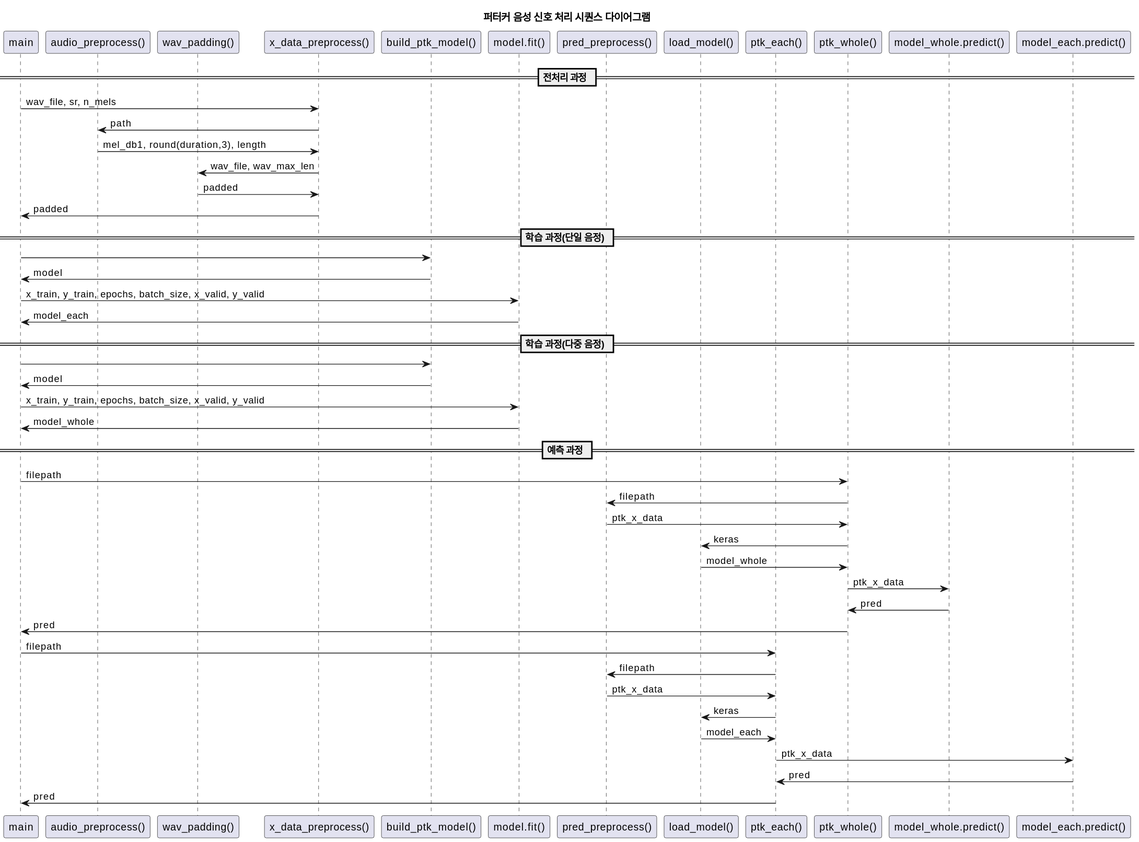
gemjh/SeSAC keeps this PlantUML diagram as ptk_sequence.svg. Above is the earlier version.
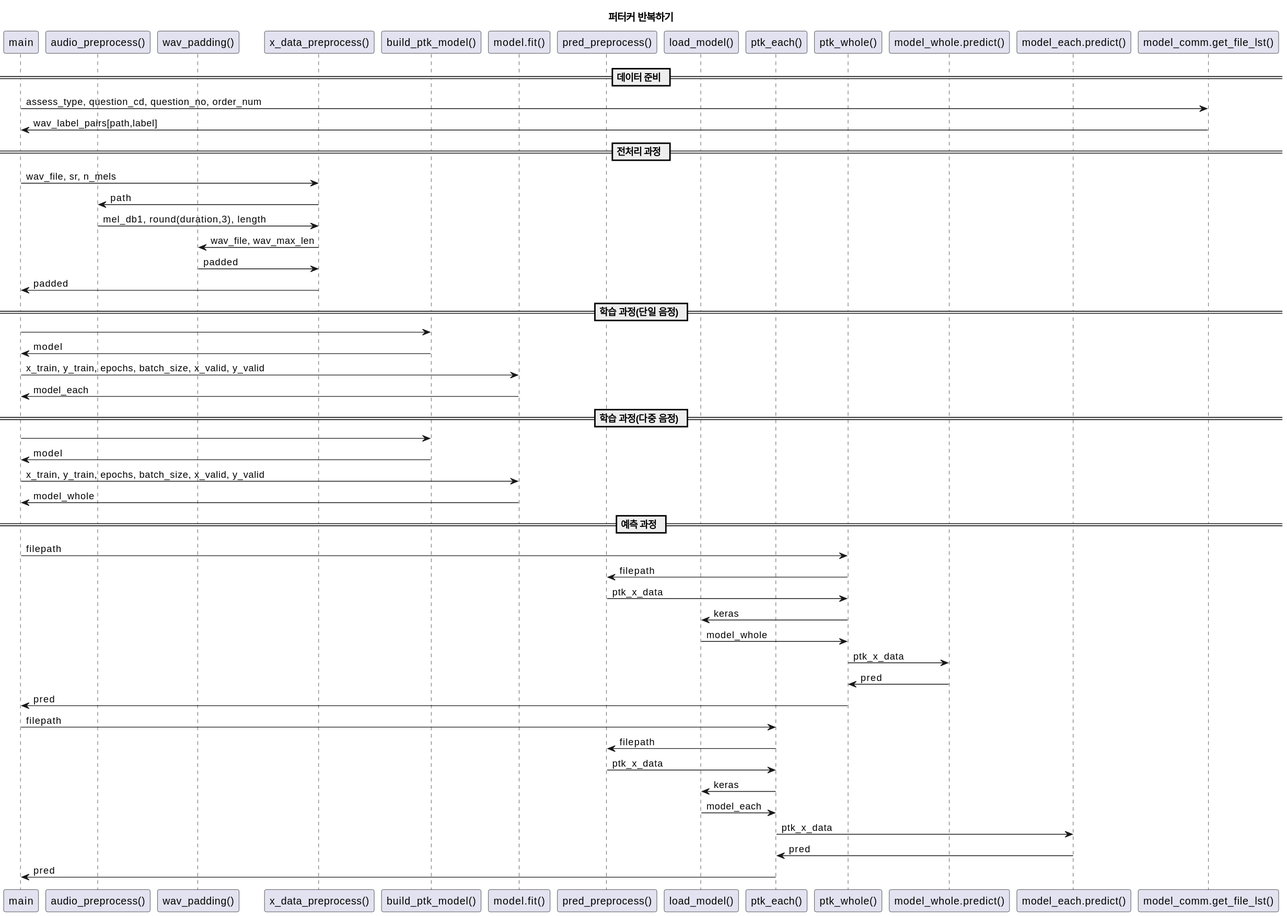
Later version of the same file.

Change to the diagram source:
```diff
@@ -1,5 +1,5 @@
 @startuml
-title 퍼터커 음성 신호 처리 시퀀스 다이어그램
+title 퍼터커 반복하기
 
 participant "main" as loader
 participant "audio_preprocess()" as audio_file_transformation
@@ -13,9 +13,11 @@
 participant "ptk_whole()" as ptk_whole_pred
 participant "model_whole.predict()" as model_whole
 participant "model_each.predict()" as model_each
+participant "model_comm.get_file_lst()" as model_comm
 
-
-
+== 데이터 준비 ==
+loader -> model_comm: assess_type, question_cd, question_no, order_num
+model_comm -> loader: wav_label_pairs[path,label]
 == 전처리 과정 ==
 loader -> preprocess: wav_file, sr, n_mels
 preprocess -> audio_file_transformation: path
```
